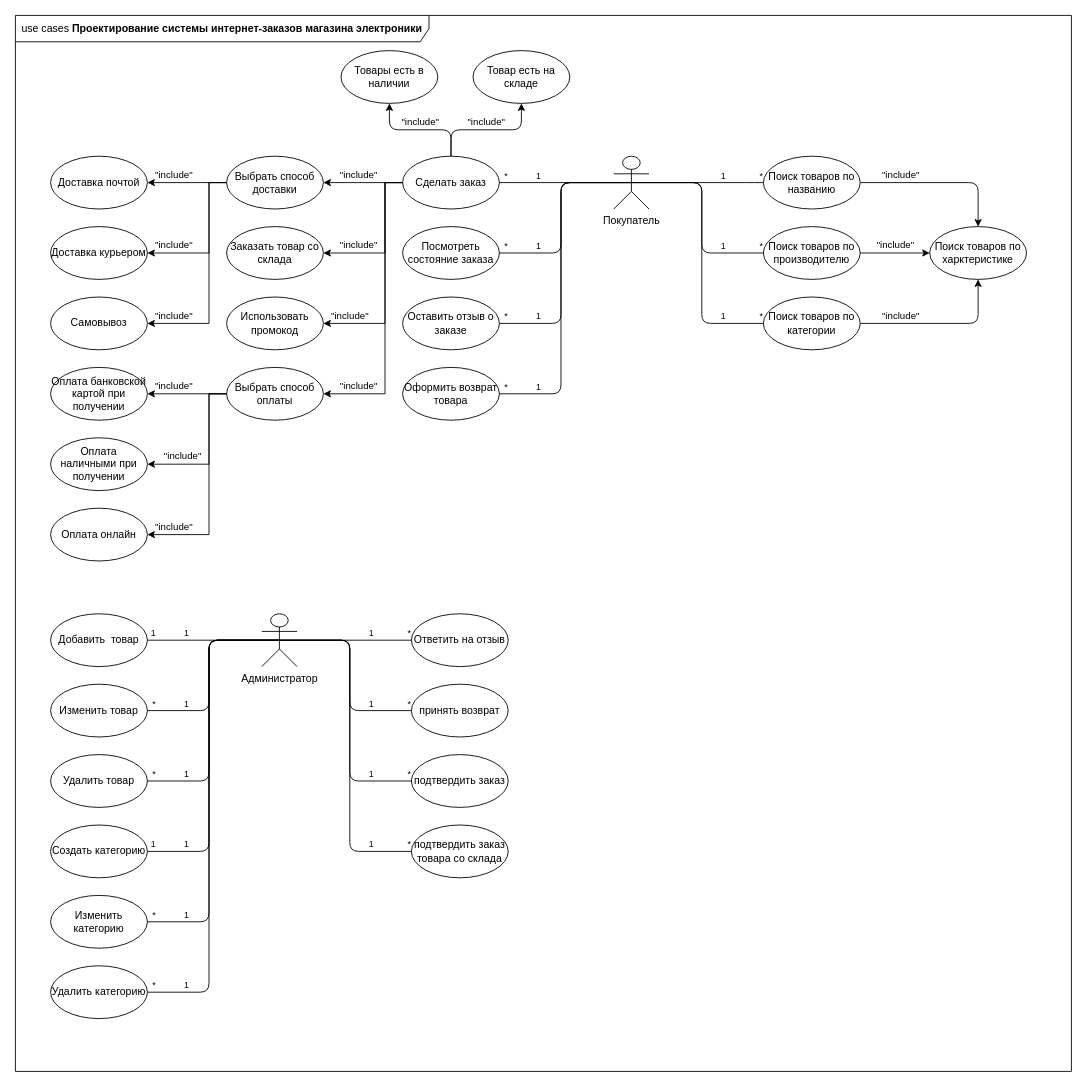
This is use_case.drawio from randomunrandom/MSS, a draw.io file, before an edit. Source tidied: cells renumbered, new cells numbered last; positions are measured from the earlier drawing's top-left corner, leaving out a move shared by most shapes. Both pictures are drawn from the tidied source at 88%, with x=0, y=0 at pixel (15, 15).
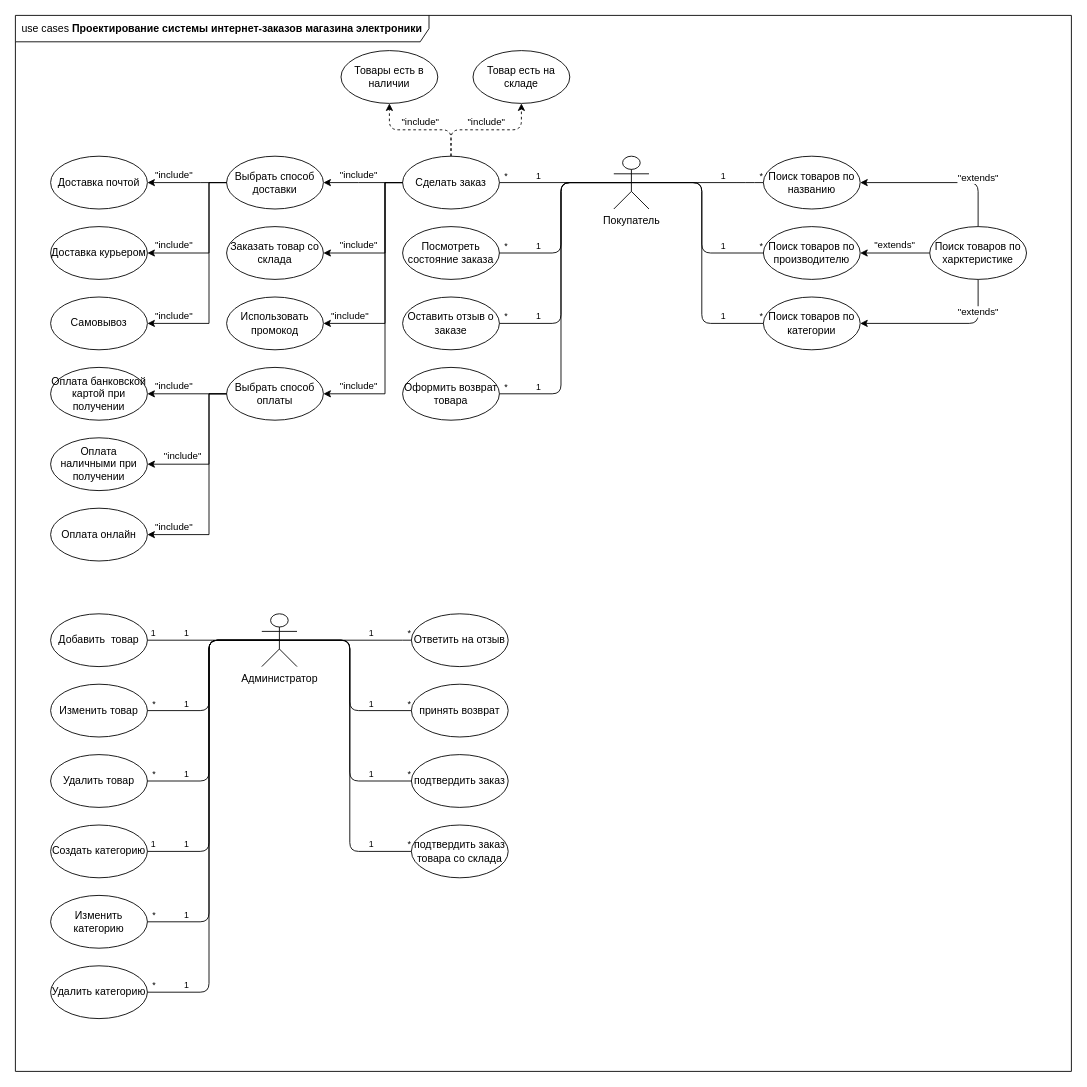
Above is the later version.

The change refers to these unchanged cells:
```xml
<mxCell id="7" value="Сделать заказ" style="ellipse;whiteSpace=wrap;html=1;fontFamily=Helvetica;fontSize=12;fontColor=#000000;align=center;strokeColor=#000000;fillColor=#ffffff;" parent="1" vertex="1">
  <mxGeometry x="440" y="160" width="110" height="60" as="geometry" />
</mxCell>
<mxCell id="8" value="Товар есть на складе" style="ellipse;whiteSpace=wrap;html=1;fontFamily=Helvetica;fontSize=12;fontColor=#000000;align=center;strokeColor=#000000;fillColor=#ffffff;" parent="1" vertex="1">
  <mxGeometry x="520" y="40" width="110" height="60" as="geometry" />
</mxCell>
<mxCell id="9" value="Товары есть в наличии" style="ellipse;whiteSpace=wrap;html=1;fontFamily=Helvetica;fontSize=12;fontColor=#000000;align=center;strokeColor=#000000;fillColor=#ffffff;" parent="1" vertex="1">
  <mxGeometry x="370" y="40" width="110" height="60" as="geometry" />
</mxCell>
<mxCell id="23" value="Поиск товаров по названию" style="ellipse;whiteSpace=wrap;html=1;fontFamily=Helvetica;fontSize=12;fontColor=#000000;align=center;strokeColor=#000000;fillColor=#ffffff;" parent="1" vertex="1">
  <mxGeometry x="850" y="160" width="110" height="60" as="geometry" />
</mxCell>
<mxCell id="28" value="Поиск товаров по производителю" style="ellipse;whiteSpace=wrap;html=1;fontFamily=Helvetica;fontSize=12;fontColor=#000000;align=center;strokeColor=#000000;fillColor=#ffffff;" parent="1" vertex="1">
  <mxGeometry x="850" y="240" width="110" height="60" as="geometry" />
</mxCell>
<mxCell id="33" value="Поиск товаров по категории" style="ellipse;whiteSpace=wrap;html=1;fontFamily=Helvetica;fontSize=12;fontColor=#000000;align=center;strokeColor=#000000;fillColor=#ffffff;" parent="1" vertex="1">
  <mxGeometry x="850" y="320" width="110" height="60" as="geometry" />
</mxCell>
<mxCell id="59" value="&lt;div&gt;Поиск товаров по харктеристике&lt;/div&gt;" style="ellipse;whiteSpace=wrap;html=1;fontFamily=Helvetica;fontSize=12;fontColor=#000000;align=center;strokeColor=#000000;fillColor=#ffffff;" parent="1" vertex="1">
  <mxGeometry x="1039" y="240" width="110" height="60" as="geometry" />
</mxCell>
```

Diff of the diagram source:
```diff
@@
-    <mxCell id="5" value="&quot;include&quot;" style="edgeStyle=orthogonalEdgeStyle;rounded=1;jettySize=auto;html=1;align=center;verticalAlign=bottom;" parent="1" edge="1" source="7" target="9">
+    <mxCell id="5" value="&quot;include&quot;" style="edgeStyle=orthogonalEdgeStyle;rounded=1;jettySize=auto;html=1;align=center;verticalAlign=bottom;dashed=1;" parent="1" edge="1" source="7" target="9">
       <mxGeometry relative="1" as="geometry" />
     </mxCell>
-    <mxCell id="6" value="&quot;include&quot;" style="edgeStyle=orthogonalEdgeStyle;rounded=1;jettySize=auto;html=1;exitX=0.5;exitY=0;exitDx=0;exitDy=0;entryX=0.5;entryY=1;entryDx=0;entryDy=0;align=center;verticalAlign=bottom;" parent="1" edge="1" source="7" target="8">
+    <mxCell id="6" value="&quot;include&quot;" style="edgeStyle=orthogonalEdgeStyle;rounded=1;jettySize=auto;html=1;exitX=0.5;exitY=0;exitDx=0;exitDy=0;entryX=0.5;entryY=1;entryDx=0;entryDy=0;align=center;verticalAlign=bottom;dashed=1;" parent="1" edge="1" source="7" target="8">
       <mxGeometry relative="1" as="geometry" />
     </mxCell>
@@
-    <mxCell id="22" value="&quot;include&quot;" style="rounded=1;jettySize=auto;html=1;exitX=1;exitY=0.5;exitDx=0;exitDy=0;align=center;verticalAlign=bottom;edgeStyle=orthogonalEdgeStyle;entryX=0.5;entryY=0;entryDx=0;entryDy=0;" parent="1" edge="1" source="23" target="59">
+    <mxCell id="22" value="&quot;extends&quot;" style="rounded=1;jettySize=auto;html=1;exitX=0.5;exitY=0;exitDx=0;exitDy=0;align=center;verticalAlign=bottom;edgeStyle=orthogonalEdgeStyle;entryX=1;entryY=0.5;entryDx=0;entryDy=0;" parent="1" edge="1" source="59" target="23">
       <mxGeometry x="-0.5" relative="1" as="geometry" />
     </mxCell>
@@
-    <mxCell id="27" value="&quot;include&quot;" style="rounded=1;jettySize=auto;html=1;exitX=1;exitY=0.5;exitDx=0;exitDy=0;entryX=0;entryY=0.5;entryDx=0;entryDy=0;align=center;verticalAlign=bottom;edgeStyle=orthogonalEdgeStyle;" parent="1" edge="1" source="28" target="59">
+    <mxCell id="27" value="&quot;extends&quot;" style="rounded=1;jettySize=auto;html=1;exitX=0;exitY=0.5;exitDx=0;exitDy=0;entryX=1;entryY=0.5;entryDx=0;entryDy=0;align=center;verticalAlign=bottom;edgeStyle=orthogonalEdgeStyle;" parent="1" edge="1" source="59" target="28">
       <mxGeometry relative="1" as="geometry" />
     </mxCell>
@@
-    <mxCell id="32" value="&quot;include&quot;" style="rounded=1;jettySize=auto;html=1;exitX=1;exitY=0.5;exitDx=0;exitDy=0;entryX=0.5;entryY=1;entryDx=0;entryDy=0;align=center;verticalAlign=bottom;edgeStyle=orthogonalEdgeStyle;" parent="1" edge="1" source="33" target="59">
+    <mxCell id="32" value="&quot;extends&quot;" style="rounded=1;jettySize=auto;html=1;exitX=0.5;exitY=1;exitDx=0;exitDy=0;entryX=1;entryY=0.5;entryDx=0;entryDy=0;align=center;verticalAlign=bottom;edgeStyle=orthogonalEdgeStyle;" parent="1" edge="1" source="59" target="33">
       <mxGeometry x="-0.5" relative="1" as="geometry">
         <Array as="points">
           <mxPoint x="1094" y="350" />
         </Array>
       </mxGeometry>
     </mxCell>
```
